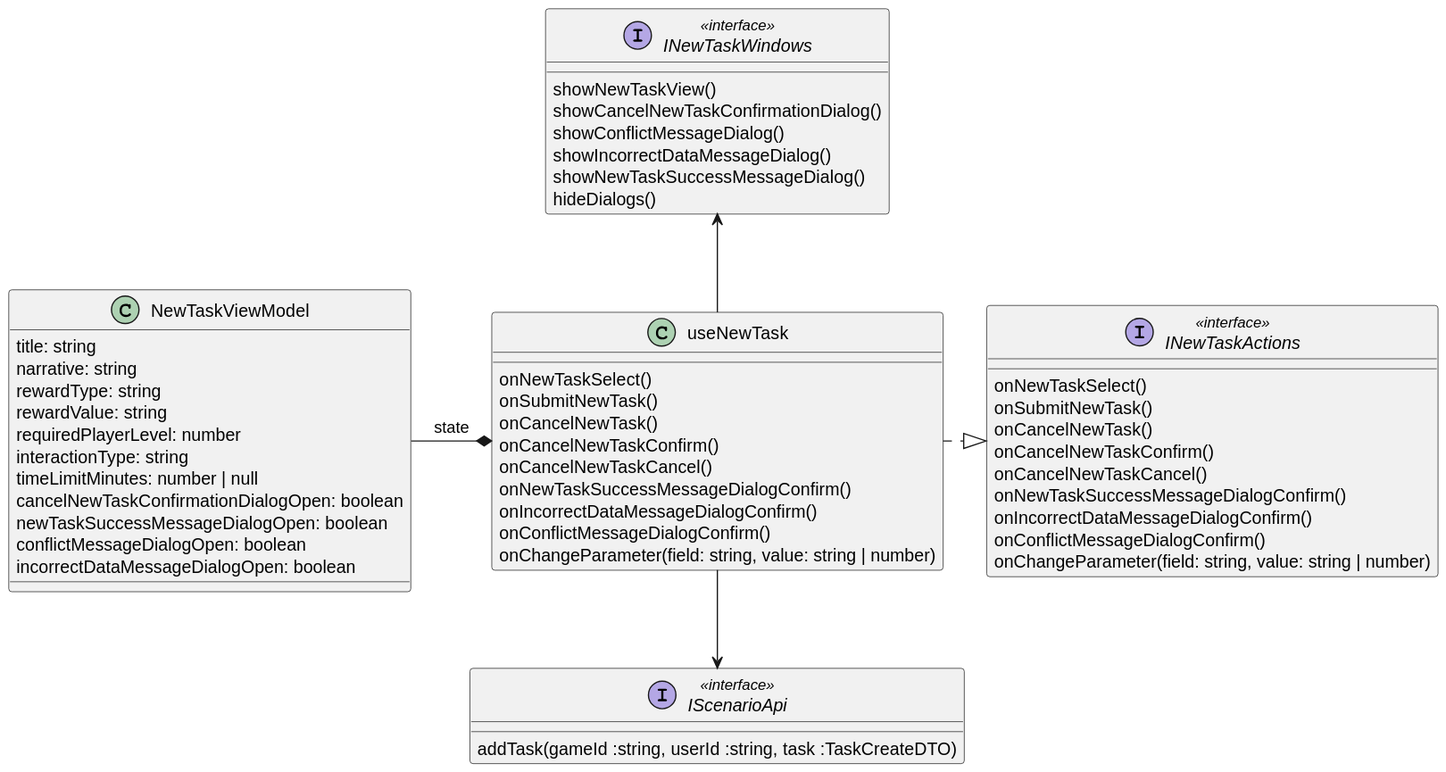
Igor-Ochocki/POP-2026Z keeps this PlantUML diagram as diagrams/frontend/rendered/new-task-presenter.svg. Above is the earlier version.
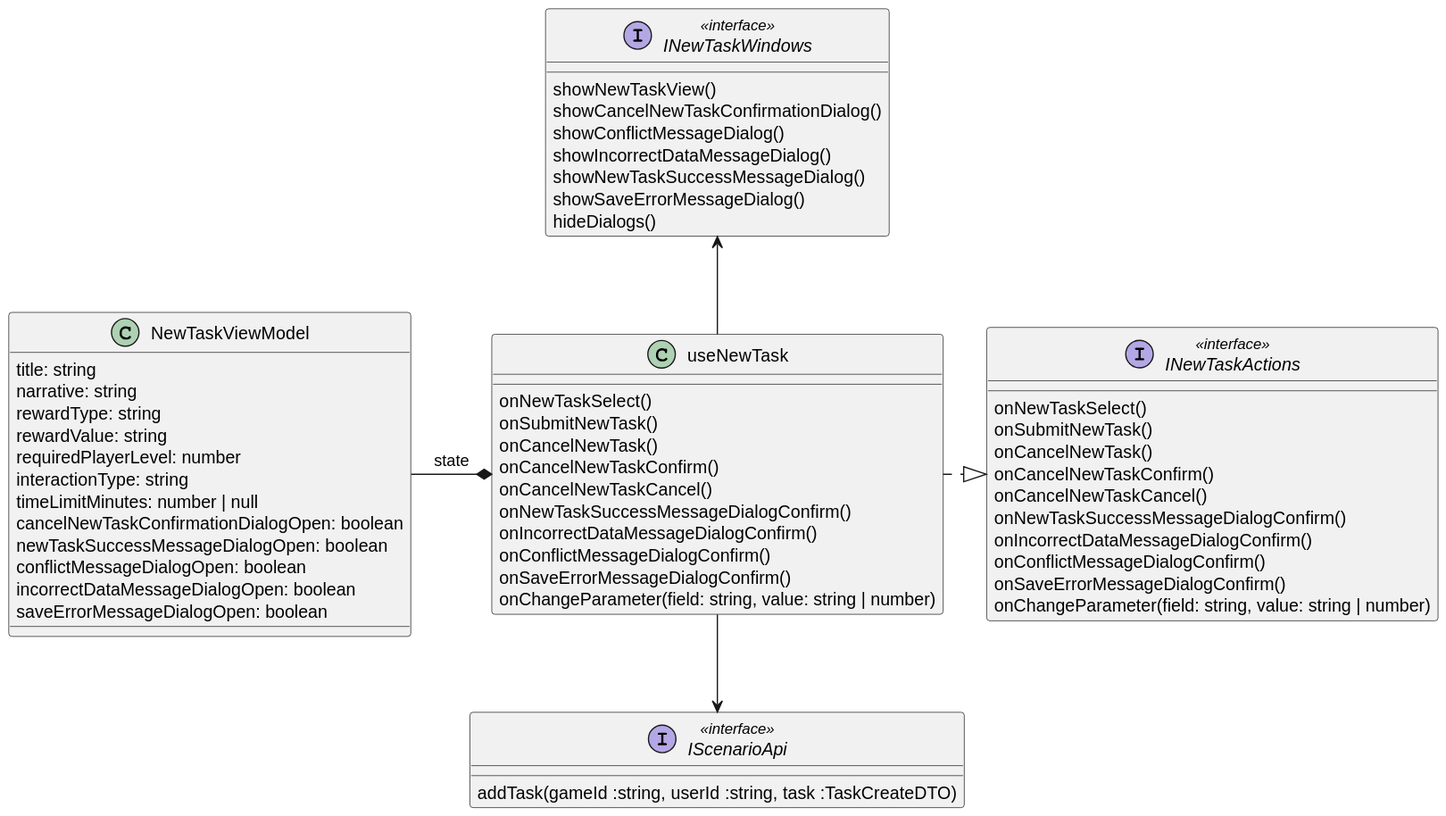
After the change.

Change to the diagram source:
```diff
@@ -8,6 +8,7 @@
     onNewTaskSuccessMessageDialogConfirm()
     onIncorrectDataMessageDialogConfirm()
     onConflictMessageDialogConfirm()
+    onSaveErrorMessageDialogConfirm()
     onChangeParameter(field: string, value: string | number)
 }
 
@@ -20,6 +21,7 @@
     onNewTaskSuccessMessageDialogConfirm()
     onIncorrectDataMessageDialogConfirm()
     onConflictMessageDialogConfirm()
+    onSaveErrorMessageDialogConfirm()
     onChangeParameter(field: string, value: string | number)
 }
 
@@ -38,6 +40,7 @@
     showConflictMessageDialog()
     showIncorrectDataMessageDialog()
     showNewTaskSuccessMessageDialog()
+    showSaveErrorMessageDialog()
     hideDialogs()
 }
 
@@ -53,6 +56,7 @@
     newTaskSuccessMessageDialogOpen: boolean
     conflictMessageDialogOpen: boolean
     incorrectDataMessageDialogOpen: boolean
+    saveErrorMessageDialogOpen: boolean
 }
 
 useNewTask *-l- NewTaskViewModel :state
```
